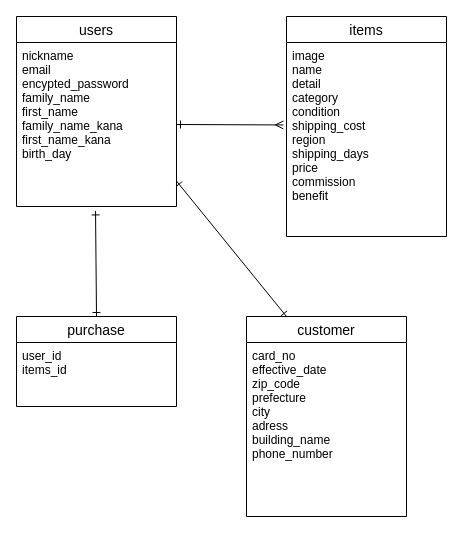
maron75/furima-37920 keeps this draw.io diagram as app/views/test.dio. Above is the earlier version. Source tidied: cells renumbered, new cells numbered last; positions are measured from the earlier drawing's top-left corner, leaving out a move shared by most shapes. Both pictures are drawn from the tidied source at 100%, with x=0, y=0 at pixel (16, 16).
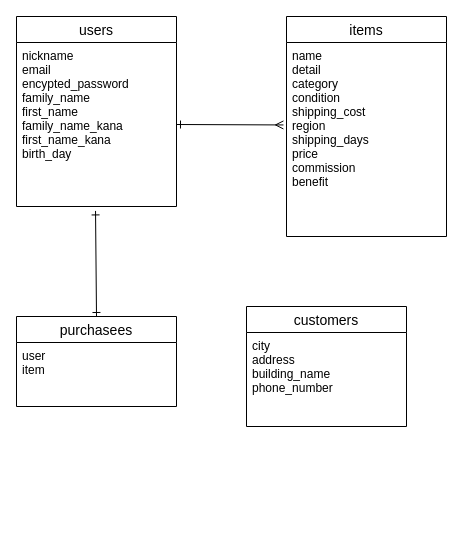
After the change.

Change to the diagram source:
```diff
@@
 <mxGraphModel>
   <root>
     <mxCell id="0" />
     <mxCell id="1" parent="0" />
     <mxCell id="2" value="users" style="swimlane;fontStyle=0;horizontal=1;startSize=26;align=center;fontSize=14;" parent="1" vertex="1">
       <mxGeometry width="160" height="190" as="geometry" />
     </mxCell>
     <mxCell id="3" value="nickname&#10;email&#10;encypted_password&#10;family_name&#10;first_name&#10;family_name_kana&#10;first_name_kana&#10;birth_day&#10;" style="text;strokeColor=none;fillColor=none;spacingLeft=4;spacingRight=4;overflow=hidden;points=[[0,0.5],[1,0.5]];portConstraint=eastwest;fontSize=12;" parent="2" vertex="1">
       <mxGeometry y="26" width="160" height="164" as="geometry" />
     </mxCell>
     <mxCell id="4" value="items" style="swimlane;fontStyle=0;horizontal=1;startSize=26;align=center;fontSize=14;" parent="1" vertex="1">
       <mxGeometry x="270" width="160" height="220" as="geometry" />
     </mxCell>
-    <mxCell id="5" value="image&#10;name&#10;detail&#10;category&#10;condition&#10;shipping_cost&#10;region&#10;shipping_days&#10;price&#10;commission&#10;benefit" style="text;strokeColor=none;fillColor=none;spacingLeft=4;spacingRight=4;overflow=hidden;points=[[0,0.5],[1,0.5]];portConstraint=eastwest;fontSize=12;" parent="4" vertex="1">
+    <mxCell id="5" value="name&#10;detail&#10;category&#10;condition&#10;shipping_cost&#10;region&#10;shipping_days&#10;price&#10;commission&#10;benefit" style="text;strokeColor=none;fillColor=none;spacingLeft=4;spacingRight=4;overflow=hidden;points=[[0,0.5],[1,0.5]];portConstraint=eastwest;fontSize=12;" parent="4" vertex="1">
       <mxGeometry y="26" width="160" height="194" as="geometry" />
     </mxCell>
-    <mxCell id="6" value="purchase" style="swimlane;fontStyle=0;horizontal=1;startSize=26;align=center;fontSize=14;" parent="1" vertex="1">
+    <mxCell id="6" value="purchasees" style="swimlane;fontStyle=0;horizontal=1;startSize=26;align=center;fontSize=14;" parent="1" vertex="1">
       <mxGeometry y="300" width="160" height="90" as="geometry" />
     </mxCell>
-    <mxCell id="7" value="user_id&#10;items_id" style="text;strokeColor=none;fillColor=none;spacingLeft=4;spacingRight=4;overflow=hidden;fontSize=12;" parent="6" vertex="1">
+    <mxCell id="7" value="user&#10;item" style="text;strokeColor=none;fillColor=none;spacingLeft=4;spacingRight=4;overflow=hidden;fontSize=12;" parent="6" vertex="1">
       <mxGeometry y="26" width="160" height="64" as="geometry" />
     </mxCell>
-    <mxCell id="8" value="customer" style="swimlane;fontStyle=0;horizontal=1;startSize=26;align=center;fontSize=14;" parent="1" vertex="1">
-      <mxGeometry x="230" y="300" width="160" height="200" as="geometry" />
-    </mxCell>
-    <mxCell id="9" value="card_no&#10;effective_date&#10;zip_code&#10;prefecture&#10;city&#10;adress&#10;building_name&#10;phone_number&#10;" style="text;strokeColor=none;fillColor=none;spacingLeft=4;spacingRight=4;overflow=hidden;fontSize=12;" parent="8" vertex="1">
-      <mxGeometry y="26" width="160" height="174" as="geometry" />
-    </mxCell>
     <mxCell id="10" style="edgeStyle=none;html=1;exitX=1;exitY=0.5;exitDx=0;exitDy=0;entryX=-0.019;entryY=0.425;entryDx=0;entryDy=0;entryPerimeter=0;endArrow=ERmany;endFill=0;strokeColor=default;startArrow=ERone;startFill=0;" parent="1" edge="1" source="3" target="5">
       <mxGeometry relative="1" as="geometry" />
     </mxCell>
     <mxCell id="11" style="endArrow=ERone;html=1;rounded=0;strokeColor=default;entryX=0.5;entryY=0;entryDx=0;entryDy=0;exitX=0.494;exitY=1.027;exitDx=0;exitDy=0;exitPerimeter=0;startArrow=ERone;startFill=0;endFill=0;" parent="1" edge="1" source="3" target="6">
       <mxGeometry relative="1" as="geometry" />
     </mxCell>
-    <mxCell id="12" style="endArrow=ERone;html=1;rounded=0;strokeColor=default;exitX=1;exitY=0.845;exitDx=0;exitDy=0;exitPerimeter=0;entryX=0.25;entryY=0;entryDx=0;entryDy=0;startArrow=ERone;startFill=0;endFill=0;" parent="1" edge="1" source="3" target="8">
-      <mxGeometry relative="1" as="geometry" />
-    </mxCell>
+    <mxCell id="13" value="customers" style="swimlane;fontStyle=0;horizontal=1;startSize=26;align=center;fontSize=14;" parent="1" vertex="1">
+      <mxGeometry x="230" y="290" width="160" height="120" as="geometry" />
+    </mxCell>
+    <mxCell id="14" value="city&#10;address&#10;building_name&#10;phone_number&#10;" style="text;strokeColor=none;fillColor=none;spacingLeft=4;spacingRight=4;overflow=hidden;fontSize=12;" parent="13" vertex="1">
+      <mxGeometry y="26" width="160" height="94" as="geometry" />
+    </mxCell>
   </root>
 </mxGraphModel>
```
